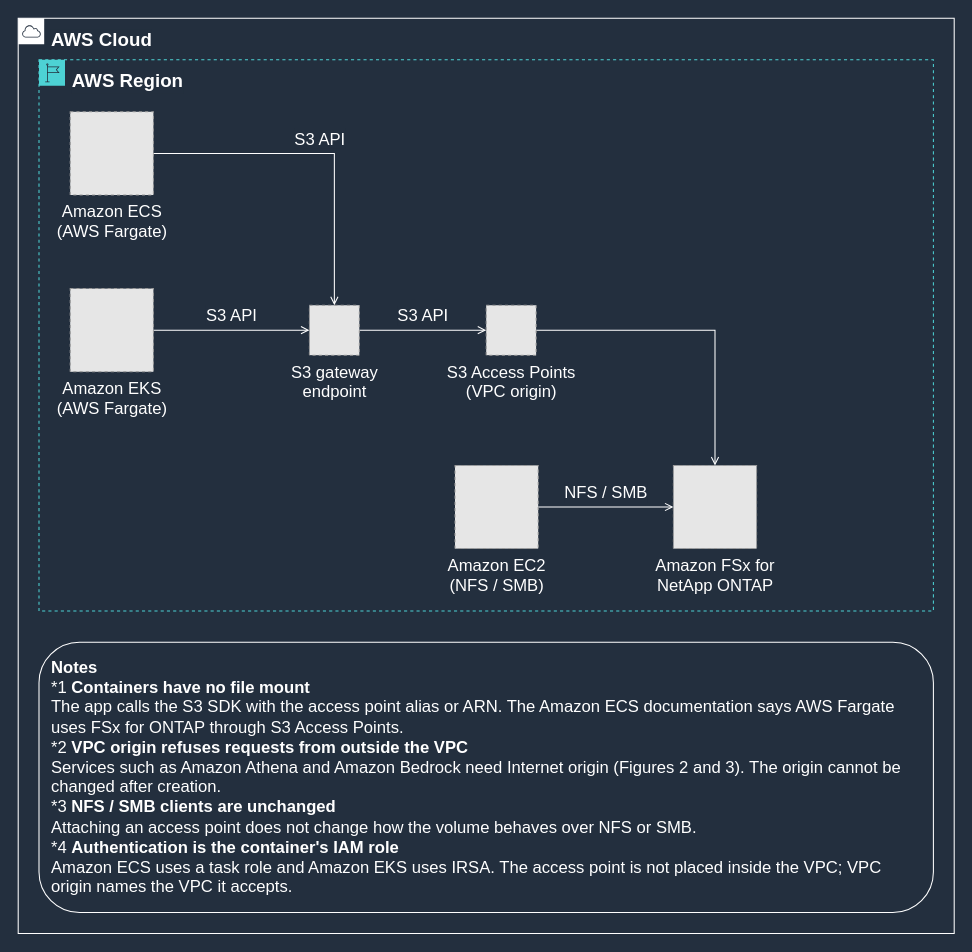
Yoshiki0705/FSx-for-ONTAP-Container-Datastore-Patterns keeps this draw.io diagram as docs/_assets/diagrams/s3ap-container-overview-en-dark.drawio. Above is the earlier version. Source tidied: cells renumbered, new cells numbered last; positions are measured from the earlier drawing's top-left corner, leaving out a move shared by most shapes. Both pictures are drawn from the tidied source at 104%, with x=0, y=0 at pixel (18, 18). Pictures stored in the file or linked from it are replaced by grey dashed boxes.
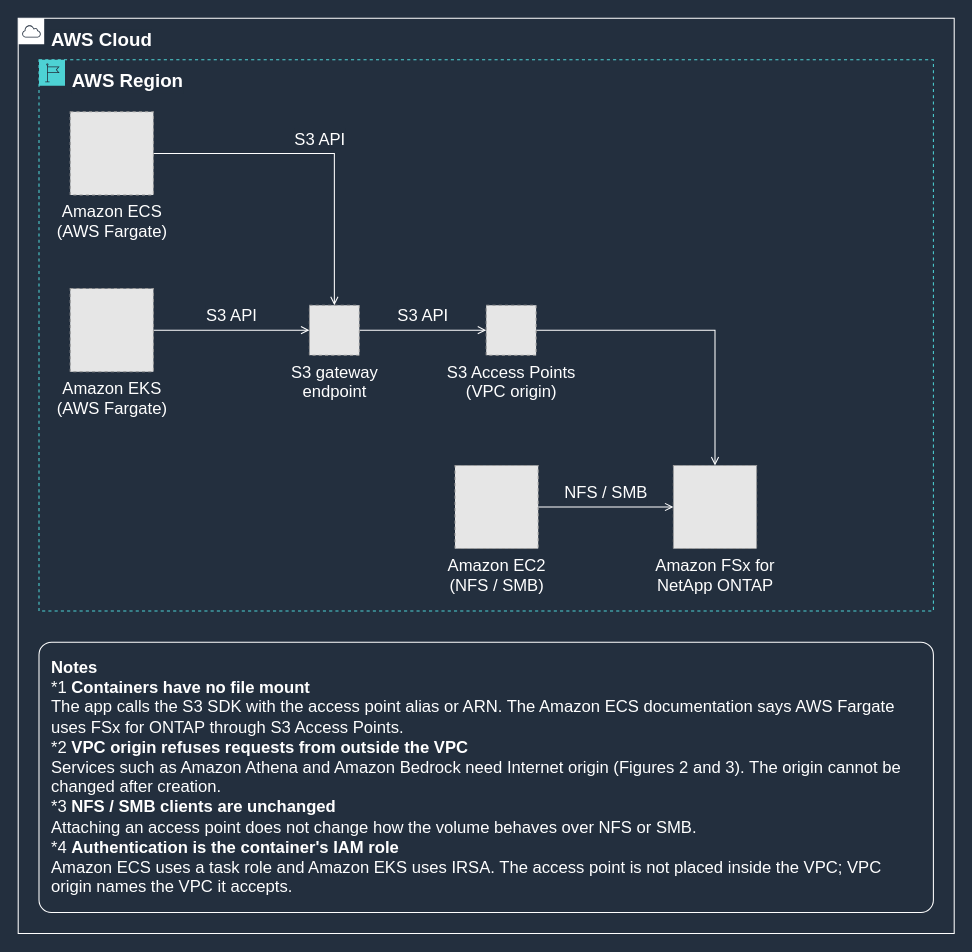
After the change.

The edit, as a diff of the source:
```diff
@@
 <mxGraphModel background="#232F3E">
   <root>
     <mxCell id="0" />
     <mxCell id="1" parent="0" />
     <mxCell id="2" value="S3 API" style="edgeStyle=orthogonalEdgeStyle;rounded=0;html=1;endArrow=open;endFill=0;strokeColor=#FFFFFF;strokeWidth=1;fontSize=16;fontColor=#FFFFFF;labelBackgroundColor=#232F3E;exitX=1.0;exitY=0.5;exitDx=0;exitDy=0;entryX=0.5;entryY=0.0;entryDx=0;entryDy=0;" parent="1" edge="1" source="10" target="12">
       <mxGeometry relative="1" as="geometry">
         <mxPoint y="-14" as="offset" />
       </mxGeometry>
     </mxCell>
     <mxCell id="3" value="S3 API" style="edgeStyle=orthogonalEdgeStyle;rounded=0;html=1;endArrow=open;endFill=0;strokeColor=#FFFFFF;strokeWidth=1;fontSize=16;fontColor=#FFFFFF;labelBackgroundColor=#232F3E;exitX=1.0;exitY=0.5;exitDx=0;exitDy=0;entryX=0.0;entryY=0.5;entryDx=0;entryDy=0;" parent="1" edge="1" source="11" target="12">
       <mxGeometry relative="1" as="geometry">
         <mxPoint y="-14" as="offset" />
       </mxGeometry>
     </mxCell>
     <mxCell id="4" value="S3 API" style="edgeStyle=orthogonalEdgeStyle;rounded=0;html=1;endArrow=open;endFill=0;strokeColor=#FFFFFF;strokeWidth=1;fontSize=16;fontColor=#FFFFFF;labelBackgroundColor=#232F3E;exitX=1.0;exitY=0.5;exitDx=0;exitDy=0;entryX=0.0;entryY=0.5;entryDx=0;entryDy=0;" parent="1" edge="1" source="12" target="13">
       <mxGeometry relative="1" as="geometry">
         <mxPoint y="-14" as="offset" />
       </mxGeometry>
     </mxCell>
     <mxCell id="5" style="edgeStyle=orthogonalEdgeStyle;rounded=0;html=1;endArrow=open;endFill=0;strokeColor=#FFFFFF;strokeWidth=1;fontSize=16;fontColor=#FFFFFF;labelBackgroundColor=#232F3E;exitX=1.0;exitY=0.5;exitDx=0;exitDy=0;entryX=0.5;entryY=0.0;entryDx=0;entryDy=0;" parent="1" edge="1" source="13" target="14">
       <mxGeometry relative="1" as="geometry" />
     </mxCell>
     <mxCell id="6" value="NFS / SMB" style="edgeStyle=orthogonalEdgeStyle;rounded=0;html=1;endArrow=open;endFill=0;strokeColor=#FFFFFF;strokeWidth=1;fontSize=16;fontColor=#FFFFFF;labelBackgroundColor=#232F3E;exitX=1.0;exitY=0.5;exitDx=0;exitDy=0;entryX=0.0;entryY=0.5;entryDx=0;entryDy=0;" parent="1" edge="1" source="15" target="14">
       <mxGeometry relative="1" as="geometry">
         <mxPoint y="-14" as="offset" />
       </mxGeometry>
     </mxCell>
     <mxCell id="7" value="AWS Cloud" style="gradientColor=none;html=1;whiteSpace=wrap;fontSize=18;fontStyle=1;fontColor=#FFFFFF;shape=mxgraph.aws4.group;grIcon=mxgraph.aws4.group_aws_cloud;strokeColor=#FFFFFF;fillColor=none;verticalAlign=top;align=left;spacingLeft=30;spacingTop=4;dashed=0;labelBackgroundColor=#232F3E;" parent="1" vertex="1">
       <mxGeometry width="900" height="880" as="geometry" />
     </mxCell>
     <mxCell id="8" value="AWS Region" style="gradientColor=none;html=1;whiteSpace=wrap;fontSize=18;fontStyle=1;fontColor=#FFFFFF;shape=mxgraph.aws4.group;grIcon=mxgraph.aws4.group_region;strokeColor=#4DD2D4;fillColor=none;verticalAlign=top;align=left;spacingLeft=30;spacingTop=4;dashed=1;labelBackgroundColor=#232F3E;" parent="1" vertex="1">
       <mxGeometry x="20" y="40" width="860" height="530" as="geometry" />
     </mxCell>
-    <mxCell id="9" value="&lt;b&gt;Notes&lt;/b&gt;&lt;br&gt;*1 &lt;b&gt;Containers have no file mount&lt;/b&gt;&lt;br&gt;The app calls the S3 SDK with the access point alias or ARN. The Amazon ECS documentation says AWS Fargate uses FSx for ONTAP through S3 Access Points.&lt;br&gt;*2 &lt;b&gt;VPC origin refuses requests from outside the VPC&lt;/b&gt;&lt;br&gt;Services such as Amazon Athena and Amazon Bedrock need Internet origin (Figures 2 and 3). The origin cannot be changed after creation.&lt;br&gt;*3 &lt;b&gt;NFS / SMB clients are unchanged&lt;/b&gt;&lt;br&gt;Attaching an access point does not change how the volume behaves over NFS or SMB.&lt;br&gt;*4 &lt;b&gt;Authentication is the container's IAM role&lt;/b&gt;&lt;br&gt;Amazon ECS uses a task role and Amazon EKS uses IRSA. The access point is not placed inside the VPC; VPC origin names the VPC it accepts." style="rounded=1;whiteSpace=wrap;html=1;strokeColor=#FFFFFF;fillColor=none;fontColor=#FFFFFF;fontSize=16;verticalAlign=top;align=left;spacingLeft=10;spacingRight=10;spacingTop=8;" parent="1" vertex="1">
+    <mxCell id="9" value="&lt;b&gt;Notes&lt;/b&gt;&lt;br&gt;*1 &lt;b&gt;Containers have no file mount&lt;/b&gt;&lt;br&gt;The app calls the S3 SDK with the access point alias or ARN. The Amazon ECS documentation says AWS Fargate uses FSx for ONTAP through S3 Access Points.&lt;br&gt;*2 &lt;b&gt;VPC origin refuses requests from outside the VPC&lt;/b&gt;&lt;br&gt;Services such as Amazon Athena and Amazon Bedrock need Internet origin (Figures 2 and 3). The origin cannot be changed after creation.&lt;br&gt;*3 &lt;b&gt;NFS / SMB clients are unchanged&lt;/b&gt;&lt;br&gt;Attaching an access point does not change how the volume behaves over NFS or SMB.&lt;br&gt;*4 &lt;b&gt;Authentication is the container's IAM role&lt;/b&gt;&lt;br&gt;Amazon ECS uses a task role and Amazon EKS uses IRSA. The access point is not placed inside the VPC; VPC origin names the VPC it accepts." style="rounded=1;absoluteArcSize=1;arcSize=24;whiteSpace=wrap;html=1;strokeColor=#FFFFFF;fillColor=none;fontColor=#FFFFFF;fontSize=16;verticalAlign=top;align=left;spacingLeft=10;spacingRight=10;spacingTop=8;" parent="1" vertex="1">
       <mxGeometry x="20" y="600" width="860" height="260" as="geometry" />
     </mxCell>
     <mxCell id="10" value="Amazon ECS&lt;br&gt;(AWS Fargate)" style="fillColor=#E6E6E6;strokeColor=#999999;dashed=1;html=1;verticalLabelPosition=bottom;verticalAlign=top;labelPosition=center;align=center;fontSize=16;fontColor=#FFFFFF;" parent="1" vertex="1">
       <mxGeometry x="50" y="90" width="80" height="80" as="geometry" />
     </mxCell>
     <mxCell id="11" value="Amazon EKS&lt;br&gt;(AWS Fargate)" style="fillColor=#E6E6E6;strokeColor=#999999;dashed=1;html=1;verticalLabelPosition=bottom;verticalAlign=top;labelPosition=center;align=center;fontSize=16;fontColor=#FFFFFF;" parent="1" vertex="1">
       <mxGeometry x="50" y="260" width="80" height="80" as="geometry" />
     </mxCell>
     <mxCell id="12" value="S3 gateway&lt;br&gt;endpoint" style="fillColor=#E6E6E6;strokeColor=#999999;dashed=1;html=1;verticalLabelPosition=bottom;verticalAlign=top;labelPosition=center;align=center;fontSize=16;fontColor=#FFFFFF;" parent="1" vertex="1">
       <mxGeometry x="280" y="276" width="48" height="48" as="geometry" />
     </mxCell>
     <mxCell id="13" value="S3 Access Points&lt;br&gt;(VPC origin)" style="fillColor=#E6E6E6;strokeColor=#999999;dashed=1;html=1;verticalLabelPosition=bottom;verticalAlign=top;labelPosition=center;align=center;fontSize=16;fontColor=#FFFFFF;" parent="1" vertex="1">
       <mxGeometry x="450" y="276" width="48" height="48" as="geometry" />
     </mxCell>
     <mxCell id="14" value="Amazon FSx for&lt;br&gt;NetApp ONTAP" style="fillColor=#E6E6E6;strokeColor=#999999;dashed=1;html=1;verticalLabelPosition=bottom;verticalAlign=top;labelPosition=center;align=center;fontSize=16;fontColor=#FFFFFF;" parent="1" vertex="1">
       <mxGeometry x="630" y="430" width="80" height="80" as="geometry" />
     </mxCell>
     <mxCell id="15" value="Amazon EC2&lt;br&gt;(NFS / SMB)" style="fillColor=#E6E6E6;strokeColor=#999999;dashed=1;html=1;verticalLabelPosition=bottom;verticalAlign=top;labelPosition=center;align=center;fontSize=16;fontColor=#FFFFFF;" parent="1" vertex="1">
       <mxGeometry x="420" y="430" width="80" height="80" as="geometry" />
     </mxCell>
   </root>
 </mxGraphModel>
```
